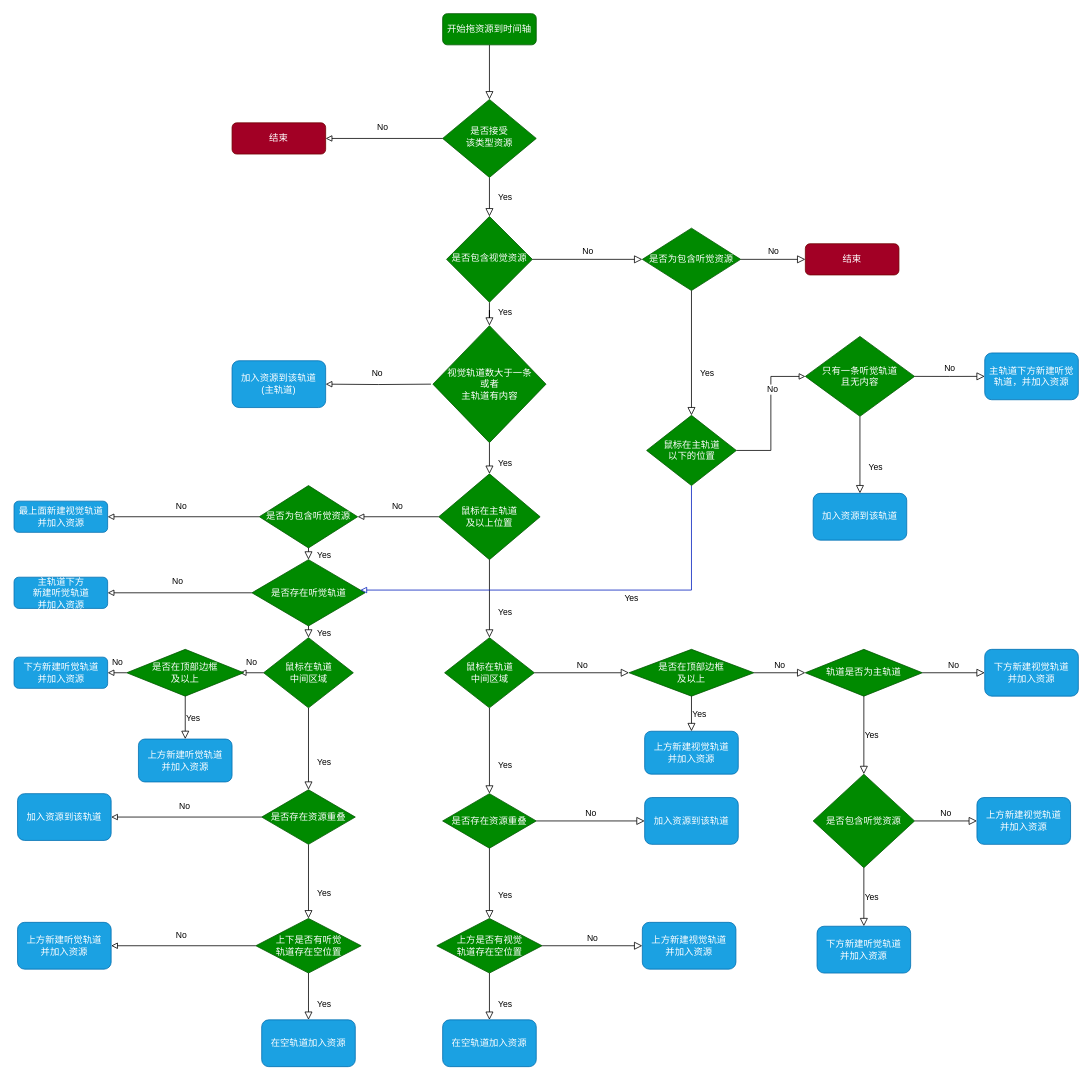
Above: page "Page-1" (1 of 3) of drag flow.drawio in macfanr/drawio (draw.io), before the change. Source tidied: cells renumbered, new cells numbered last; positions are measured from the earlier drawing's top-left corner, leaving out a move shared by most shapes. Both pictures are drawn from the tidied source at 78%, with x=0, y=0 at pixel (14, 13).
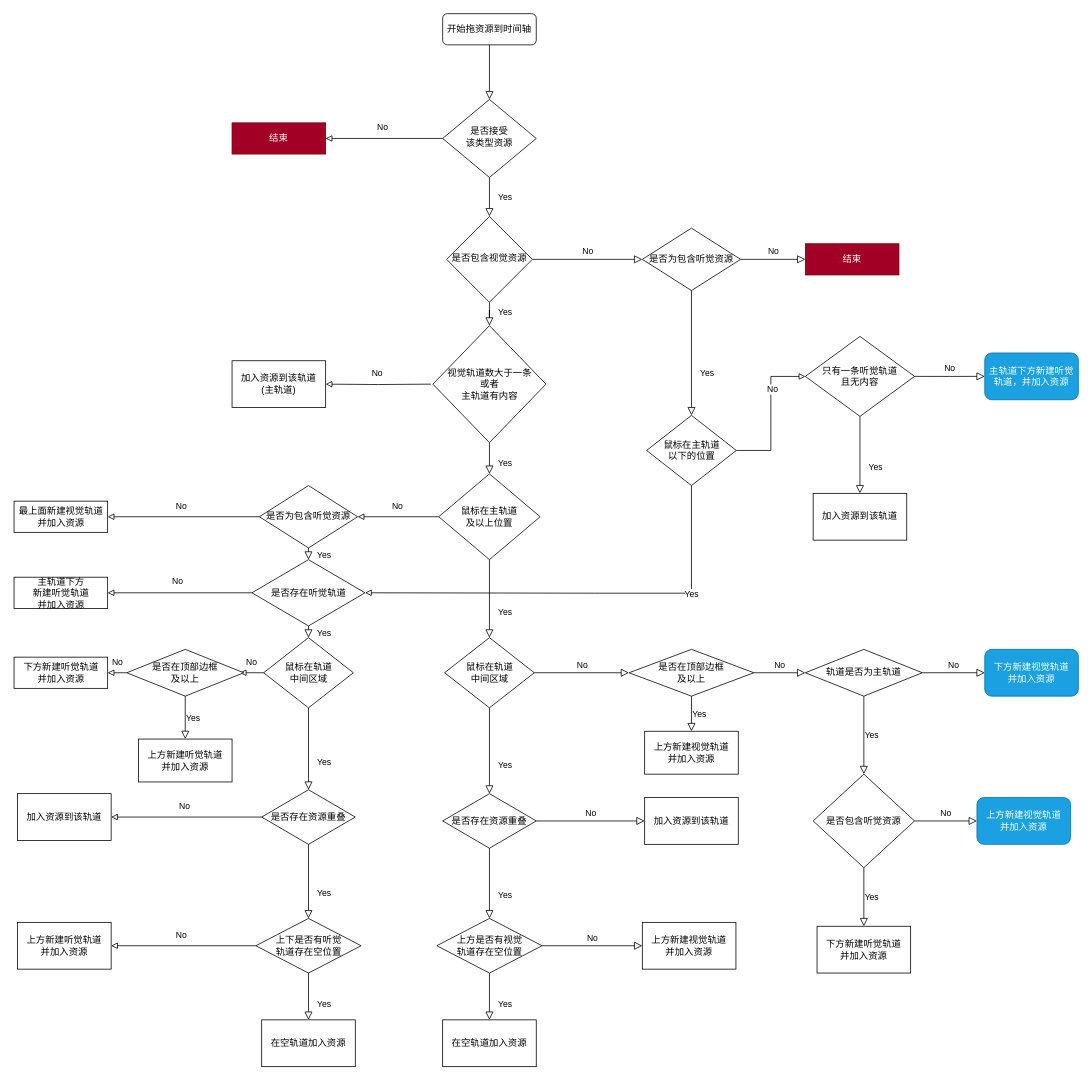
The same diagram, later.

The edit, as a diff of the source:
```diff
@@
-    <mxCell id="3" value="开始拖资源到时间轴" style="rounded=1;whiteSpace=wrap;html=1;fontSize=12;glass=0;strokeWidth=1;shadow=0;fillColor=#008a00;strokeColor=#005700;fontColor=#ffffff;" parent="1" vertex="1">
+    <mxCell id="3" value="开始拖资源到时间轴" style="rounded=1;whiteSpace=wrap;html=1;fontSize=12;glass=0;strokeWidth=1;shadow=0;" parent="1" vertex="1">
       <mxGeometry x="549" width="120" height="40" as="geometry" />
     </mxCell>
@@
-    <mxCell id="5" value="是否接受&lt;br&gt;该类型资源" style="rhombus;whiteSpace=wrap;html=1;shadow=0;fontFamily=Helvetica;fontSize=12;align=center;strokeWidth=1;spacing=6;spacingTop=-4;fillColor=#008a00;fontColor=#ffffff;strokeColor=#005700;" parent="1" vertex="1">
+    <mxCell id="5" value="是否接受&lt;br&gt;该类型资源" style="rhombus;whiteSpace=wrap;html=1;shadow=0;fontFamily=Helvetica;fontSize=12;align=center;strokeWidth=1;spacing=6;spacingTop=-4;" parent="1" vertex="1">
       <mxGeometry x="549" y="110" width="120" height="100" as="geometry" />
     </mxCell>
@@
-    <mxCell id="7" value="是否包含视觉资源" style="rhombus;whiteSpace=wrap;html=1;shadow=0;fontFamily=Helvetica;fontSize=12;align=center;strokeWidth=1;spacing=6;spacingTop=-4;fillColor=#008a00;fontColor=#ffffff;strokeColor=#005700;" parent="1" vertex="1">
+    <mxCell id="7" value="是否包含视觉资源" style="rhombus;whiteSpace=wrap;html=1;shadow=0;fontFamily=Helvetica;fontSize=12;align=center;strokeWidth=1;spacing=6;spacingTop=-4;" parent="1" vertex="1">
       <mxGeometry x="554" y="260" width="110" height="110" as="geometry" />
     </mxCell>
@@
-    <mxCell id="10" value="鼠标在主轨道&lt;br&gt;及以上位置" style="rhombus;whiteSpace=wrap;html=1;rounded=0;fillColor=#008a00;fontColor=#ffffff;strokeColor=#005700;" parent="1" vertex="1">
+    <mxCell id="10" value="鼠标在主轨道&lt;br&gt;及以上位置" style="rhombus;whiteSpace=wrap;html=1;rounded=0;" parent="1" vertex="1">
       <mxGeometry x="544" y="590" width="130" height="110" as="geometry" />
     </mxCell>
-    <mxCell id="11" value="鼠标在轨道&lt;br&gt;中间区域" style="rhombus;whiteSpace=wrap;html=1;rounded=0;fillColor=#008a00;fontColor=#ffffff;strokeColor=#005700;" parent="1" vertex="1">
+    <mxCell id="11" value="鼠标在轨道&lt;br&gt;中间区域" style="rhombus;whiteSpace=wrap;html=1;rounded=0;" parent="1" vertex="1">
       <mxGeometry x="551.5" y="800" width="115" height="90" as="geometry" />
     </mxCell>
@@
-    <mxCell id="14" value="是否存在资源重叠" style="rhombus;whiteSpace=wrap;html=1;rounded=0;fillColor=#008a00;fontColor=#ffffff;strokeColor=#005700;" parent="1" vertex="1">
+    <mxCell id="14" value="是否存在资源重叠" style="rhombus;whiteSpace=wrap;html=1;rounded=0;" parent="1" vertex="1">
       <mxGeometry x="549" y="1000" width="120" height="70" as="geometry" />
     </mxCell>
@@
-    <mxCell id="16" value="在空轨道加入资源" style="whiteSpace=wrap;html=1;rounded=1;glass=0;strokeWidth=1;shadow=0;fillColor=#1ba1e2;fontColor=#ffffff;strokeColor=#006EAF;" parent="1" vertex="1">
+    <mxCell id="16" value="在空轨道加入资源" style="whiteSpace=wrap;html=1;rounded=0;glass=0;strokeWidth=1;shadow=0;" parent="1" vertex="1">
       <mxGeometry x="549" y="1290" width="120" height="60" as="geometry" />
     </mxCell>
-    <mxCell id="17" value="是否在顶部边框&lt;br&gt;及以上" style="rhombus;whiteSpace=wrap;html=1;rounded=0;fillColor=#008a00;fontColor=#ffffff;strokeColor=#005700;" parent="1" vertex="1">
+    <mxCell id="17" value="是否在顶部边框&lt;br&gt;及以上" style="rhombus;whiteSpace=wrap;html=1;rounded=0;" parent="1" vertex="1">
       <mxGeometry x="788" y="815" width="160" height="60" as="geometry" />
     </mxCell>
@@
-    <mxCell id="19" value="上方新建视觉轨道&lt;br&gt;并加入资源" style="whiteSpace=wrap;html=1;rounded=1;glass=0;strokeWidth=1;shadow=0;fillColor=#1ba1e2;fontColor=#ffffff;strokeColor=#006EAF;" parent="1" vertex="1">
+    <mxCell id="19" value="上方新建视觉轨道&lt;br&gt;并加入资源" style="whiteSpace=wrap;html=1;rounded=0;glass=0;strokeWidth=1;shadow=0;" parent="1" vertex="1">
       <mxGeometry x="808" y="920" width="120" height="55" as="geometry" />
     </mxCell>
@@
-    <mxCell id="22" value="轨道是否为主轨道" style="rhombus;whiteSpace=wrap;html=1;rounded=0;fillColor=#008a00;fontColor=#ffffff;strokeColor=#005700;" parent="1" vertex="1">
+    <mxCell id="22" value="轨道是否为主轨道" style="rhombus;whiteSpace=wrap;html=1;rounded=0;" parent="1" vertex="1">
       <mxGeometry x="1014" y="815" width="150" height="60" as="geometry" />
     </mxCell>
@@
-    <mxCell id="26" value="视觉轨道数大于一条&lt;br&gt;或者&lt;br&gt;主轨道有内容" style="rhombus;whiteSpace=wrap;html=1;rounded=0;fillColor=#008a00;fontColor=#ffffff;strokeColor=#005700;" parent="1" vertex="1">
+    <mxCell id="26" value="视觉轨道数大于一条&lt;br&gt;或者&lt;br&gt;主轨道有内容" style="rhombus;whiteSpace=wrap;html=1;rounded=0;" parent="1" vertex="1">
       <mxGeometry x="536.5" y="400" width="145" height="150" as="geometry" />
     </mxCell>
@@
-    <mxCell id="28" value="是否为包含听觉资源" style="rhombus;whiteSpace=wrap;html=1;fillColor=#008a00;strokeColor=#005700;fontColor=#ffffff;" parent="1" vertex="1">
+    <mxCell id="28" value="是否为包含听觉资源" style="rhombus;whiteSpace=wrap;html=1;" parent="1" vertex="1">
       <mxGeometry x="314" y="605" width="126" height="80" as="geometry" />
     </mxCell>
-    <mxCell id="29" value="加入资源到该轨道" style="whiteSpace=wrap;html=1;rounded=1;glass=0;strokeWidth=1;shadow=0;fillColor=#1ba1e2;fontColor=#ffffff;strokeColor=#006EAF;" parent="1" vertex="1">
+    <mxCell id="29" value="加入资源到该轨道" style="whiteSpace=wrap;html=1;rounded=0;glass=0;strokeWidth=1;shadow=0;" parent="1" vertex="1">
       <mxGeometry x="808" y="1005" width="120" height="60" as="geometry" />
     </mxCell>
@@
-    <mxCell id="32" value="是否存在听觉轨道" style="rhombus;whiteSpace=wrap;html=1;fillColor=#008a00;strokeColor=#005700;fontColor=#ffffff;" parent="1" vertex="1">
+    <mxCell id="32" value="是否存在听觉轨道" style="rhombus;whiteSpace=wrap;html=1;" parent="1" vertex="1">
       <mxGeometry x="304.5" y="700" width="145" height="85" as="geometry" />
     </mxCell>
@@
-    <mxCell id="35" value="最上面新建视觉轨道&lt;br&gt;并加入资源" style="rounded=1;whiteSpace=wrap;html=1;fontSize=12;glass=0;strokeWidth=1;shadow=0;fillColor=#1ba1e2;fontColor=#ffffff;strokeColor=#006EAF;" parent="1" vertex="1">
+    <mxCell id="35" value="最上面新建视觉轨道&lt;br&gt;并加入资源" style="rounded=0;whiteSpace=wrap;html=1;fontSize=12;glass=0;strokeWidth=1;shadow=0;" parent="1" vertex="1">
       <mxGeometry x="-0.5" y="625" width="120" height="40" as="geometry" />
     </mxCell>
@@
-    <mxCell id="37" value="是否包含听觉资源" style="rhombus;whiteSpace=wrap;html=1;fillColor=#008a00;fontColor=#ffffff;strokeColor=#005700;" parent="1" vertex="1">
+    <mxCell id="37" value="是否包含听觉资源" style="rhombus;whiteSpace=wrap;html=1;" parent="1" vertex="1">
       <mxGeometry x="1024" y="975" width="130" height="120" as="geometry" />
     </mxCell>
@@
-    <mxCell id="40" value="下方新建听觉轨道&lt;br&gt;并加入资源" style="whiteSpace=wrap;html=1;rounded=1;glass=0;strokeWidth=1;shadow=0;fillColor=#1ba1e2;fontColor=#ffffff;strokeColor=#006EAF;" parent="1" vertex="1">
+    <mxCell id="40" value="下方新建听觉轨道&lt;br&gt;并加入资源" style="whiteSpace=wrap;html=1;rounded=0;glass=0;strokeWidth=1;shadow=0;" parent="1" vertex="1">
       <mxGeometry x="1029" y="1170" width="120" height="60" as="geometry" />
     </mxCell>
@@
-    <mxCell id="43" value="主轨道下方&lt;br&gt;新建听觉轨道&lt;br&gt;并加入资源" style="rounded=1;whiteSpace=wrap;html=1;fontSize=12;glass=0;strokeWidth=1;shadow=0;fillColor=#1ba1e2;fontColor=#ffffff;strokeColor=#006EAF;" parent="1" vertex="1">
+    <mxCell id="43" value="主轨道下方&lt;br&gt;新建听觉轨道&lt;br&gt;并加入资源" style="rounded=0;whiteSpace=wrap;html=1;fontSize=12;glass=0;strokeWidth=1;shadow=0;" parent="1" vertex="1">
       <mxGeometry x="-0.5" y="722.5" width="120" height="40" as="geometry" />
     </mxCell>
@@
-    <mxCell id="45" value="鼠标在轨道&lt;br&gt;中间区域" style="rhombus;whiteSpace=wrap;html=1;fillColor=#008a00;strokeColor=#005700;fontColor=#ffffff;" parent="1" vertex="1">
+    <mxCell id="45" value="鼠标在轨道&lt;br&gt;中间区域" style="rhombus;whiteSpace=wrap;html=1;" parent="1" vertex="1">
       <mxGeometry x="319.5" y="800" width="115" height="90" as="geometry" />
     </mxCell>
-    <mxCell id="46" value="上方新建听觉轨道&lt;br&gt;并加入资源" style="whiteSpace=wrap;html=1;rounded=1;glass=0;strokeWidth=1;shadow=0;fillColor=#1ba1e2;fontColor=#ffffff;strokeColor=#006EAF;" parent="1" vertex="1">
+    <mxCell id="46" value="上方新建听觉轨道&lt;br&gt;并加入资源" style="whiteSpace=wrap;html=1;rounded=0;glass=0;strokeWidth=1;shadow=0;" parent="1" vertex="1">
       <mxGeometry x="4" y="1165" width="120" height="60" as="geometry" />
     </mxCell>
@@
-    <mxCell id="48" value="是否存在资源重叠" style="rhombus;whiteSpace=wrap;html=1;rounded=0;fillColor=#008a00;fontColor=#ffffff;strokeColor=#005700;" parent="1" vertex="1">
+    <mxCell id="48" value="是否存在资源重叠" style="rhombus;whiteSpace=wrap;html=1;rounded=0;" parent="1" vertex="1">
       <mxGeometry x="317" y="995" width="120" height="70" as="geometry" />
     </mxCell>
@@
-    <mxCell id="50" value="加入资源到该轨道" style="whiteSpace=wrap;html=1;rounded=1;glass=0;strokeWidth=1;shadow=0;fillColor=#1ba1e2;fontColor=#ffffff;strokeColor=#006EAF;" parent="1" vertex="1">
+    <mxCell id="50" value="加入资源到该轨道" style="whiteSpace=wrap;html=1;rounded=0;glass=0;strokeWidth=1;shadow=0;" parent="1" vertex="1">
       <mxGeometry x="4" y="1000" width="120" height="60" as="geometry" />
     </mxCell>
@@
-    <mxCell id="55" value="是否在顶部边框&lt;br&gt;及以上" style="rhombus;whiteSpace=wrap;html=1;rounded=0;fillColor=#008a00;fontColor=#ffffff;strokeColor=#005700;" parent="1" vertex="1">
+    <mxCell id="55" value="是否在顶部边框&lt;br&gt;及以上" style="rhombus;whiteSpace=wrap;html=1;rounded=0;" parent="1" vertex="1">
       <mxGeometry x="144" y="815" width="150" height="60" as="geometry" />
     </mxCell>
-    <mxCell id="56" value="上方新建听觉轨道&lt;br&gt;并加入资源" style="whiteSpace=wrap;html=1;rounded=1;glass=0;strokeWidth=1;shadow=0;fillColor=#1ba1e2;fontColor=#ffffff;strokeColor=#006EAF;" parent="1" vertex="1">
+    <mxCell id="56" value="上方新建听觉轨道&lt;br&gt;并加入资源" style="whiteSpace=wrap;html=1;rounded=0;glass=0;strokeWidth=1;shadow=0;" parent="1" vertex="1">
       <mxGeometry x="159" y="930" width="120" height="55" as="geometry" />
     </mxCell>
@@
-    <mxCell id="60" value="下方新建听觉轨道&lt;br&gt;并加入资源" style="rounded=1;whiteSpace=wrap;html=1;fontSize=12;glass=0;strokeWidth=1;shadow=0;fillColor=#1ba1e2;fontColor=#ffffff;strokeColor=#006EAF;" parent="1" vertex="1">
+    <mxCell id="60" value="下方新建听觉轨道&lt;br&gt;并加入资源" style="rounded=0;whiteSpace=wrap;html=1;fontSize=12;glass=0;strokeWidth=1;shadow=0;" parent="1" vertex="1">
       <mxGeometry x="-0.5" y="825" width="120" height="40" as="geometry" />
     </mxCell>
-    <mxCell id="61" value="是否为包含听觉资源" style="rhombus;whiteSpace=wrap;html=1;fillColor=#008a00;strokeColor=#005700;fontColor=#ffffff;" parent="1" vertex="1">
+    <mxCell id="61" value="是否为包含听觉资源" style="rhombus;whiteSpace=wrap;html=1;" parent="1" vertex="1">
       <mxGeometry x="805" y="275" width="126" height="80" as="geometry" />
     </mxCell>
@@
-    <mxCell id="63" value="结束" style="rounded=1;whiteSpace=wrap;html=1;fontSize=12;glass=0;strokeWidth=1;shadow=0;fillColor=#a20025;fontColor=#ffffff;strokeColor=#6F0000;" parent="1" vertex="1">
+    <mxCell id="63" value="结束" style="rounded=0;whiteSpace=wrap;html=1;fontSize=12;glass=0;strokeWidth=1;shadow=0;fillColor=#a20025;fontColor=#ffffff;strokeColor=#6F0000;" parent="1" vertex="1">
       <mxGeometry x="1014" y="295" width="120" height="40" as="geometry" />
     </mxCell>
@@
-    <mxCell id="68" style="edgeStyle=orthogonalEdgeStyle;rounded=0;jettySize=auto;html=1;endArrow=block;endFill=0;fillColor=#0050ef;strokeColor=#001DBC;exitX=0.5;exitY=1;exitDx=0;exitDy=0;" parent="1" edge="1" source="70" target="32">
+    <mxCell id="68" style="edgeStyle=orthogonalEdgeStyle;rounded=0;jettySize=auto;html=1;entryX=1;entryY=0.5;entryDx=0;entryDy=0;endArrow=block;endFill=0;" parent="1" edge="1" source="70" target="32">
       <mxGeometry relative="1" as="geometry">
         <Array as="points">
-          <mxPoint x="868" y="739" />
+          <mxPoint x="868" y="743" />
+          <mxPoint x="744" y="743" />
         </Array>
       </mxGeometry>
     </mxCell>
     <mxCell id="69" value="Yes" style="edgeLabel;html=1;align=center;verticalAlign=middle;" parent="68" vertex="1">
-      <mxGeometry x="-0.19" y="2" relative="1" as="geometry">
-        <mxPoint x="14" y="7" as="offset" />
-      </mxGeometry>
+      <mxGeometry x="-0.5" relative="1" as="geometry" />
     </mxCell>
-    <mxCell id="70" value="鼠标在主轨道&lt;br&gt;以下的位置" style="rhombus;whiteSpace=wrap;html=1;rounded=0;fillColor=#008a00;fontColor=#ffffff;strokeColor=#005700;" parent="1" vertex="1">
+    <mxCell id="70" value="鼠标在主轨道&lt;br&gt;以下的位置" style="rhombus;whiteSpace=wrap;html=1;rounded=0;" parent="1" vertex="1">
       <mxGeometry x="810.5" y="515" width="115" height="90" as="geometry" />
     </mxCell>
-    <mxCell id="71" value="结束" style="rounded=1;whiteSpace=wrap;html=1;fontSize=12;glass=0;strokeWidth=1;shadow=0;fillColor=#a20025;fontColor=#ffffff;strokeColor=#6F0000;" parent="1" vertex="1">
+    <mxCell id="71" value="结束" style="rounded=0;whiteSpace=wrap;html=1;fontSize=12;glass=0;strokeWidth=1;shadow=0;fillColor=#a20025;fontColor=#ffffff;strokeColor=#6F0000;" parent="1" vertex="1">
       <mxGeometry x="279" y="140" width="120" height="40" as="geometry" />
     </mxCell>
@@
-    <mxCell id="74" value="加入资源到该轨道&lt;br&gt;(主轨道)" style="rounded=1;whiteSpace=wrap;html=1;fillColor=#1ba1e2;fontColor=#ffffff;strokeColor=#006EAF;" parent="1" vertex="1">
+    <mxCell id="74" value="加入资源到该轨道&lt;br&gt;(主轨道)" style="rounded=0;whiteSpace=wrap;html=1;" parent="1" vertex="1">
       <mxGeometry x="279" y="445" width="120" height="60" as="geometry" />
     </mxCell>
@@
-    <mxCell id="77" value="只有一条听觉轨道&lt;br&gt;且无内容" style="rhombus;whiteSpace=wrap;html=1;fillColor=#008a00;strokeColor=#005700;fontColor=#ffffff;rounded=0;" parent="1" vertex="1">
+    <mxCell id="77" value="只有一条听觉轨道&lt;br&gt;且无内容" style="rhombus;whiteSpace=wrap;html=1;rounded=0;" parent="1" vertex="1">
       <mxGeometry x="1014" y="413.8" width="140" height="102.5" as="geometry" />
     </mxCell>
-    <mxCell id="78" value="加入资源到该轨道" style="whiteSpace=wrap;html=1;rounded=1;fillColor=#1ba1e2;fontColor=#ffffff;strokeColor=#006EAF;" parent="1" vertex="1">
+    <mxCell id="78" value="加入资源到该轨道" style="whiteSpace=wrap;html=1;rounded=0;" parent="1" vertex="1">
       <mxGeometry x="1024" y="615" width="120" height="60" as="geometry" />
     </mxCell>
@@
-    <mxCell id="82" value="上方是否有视觉&lt;br&gt;轨道存在空位置" style="rhombus;whiteSpace=wrap;html=1;rounded=0;fillColor=#008a00;fontColor=#ffffff;strokeColor=#005700;" parent="1" vertex="1">
+    <mxCell id="82" value="上方是否有视觉&lt;br&gt;轨道存在空位置" style="rhombus;whiteSpace=wrap;html=1;rounded=0;" parent="1" vertex="1">
       <mxGeometry x="541.5" y="1160" width="135" height="70" as="geometry" />
     </mxCell>
@@
-    <mxCell id="85" value="上方新建视觉轨道&lt;br&gt;并加入资源" style="whiteSpace=wrap;html=1;rounded=1;glass=0;strokeWidth=1;shadow=0;fillColor=#1ba1e2;fontColor=#ffffff;strokeColor=#006EAF;" parent="1" vertex="1">
+    <mxCell id="85" value="上方新建视觉轨道&lt;br&gt;并加入资源" style="whiteSpace=wrap;html=1;rounded=0;glass=0;strokeWidth=1;shadow=0;" parent="1" vertex="1">
       <mxGeometry x="805" y="1165" width="120" height="60" as="geometry" />
     </mxCell>
-    <mxCell id="86" value="上下是否有听觉&lt;br&gt;轨道存在空位置" style="rhombus;whiteSpace=wrap;html=1;rounded=0;fillColor=#008a00;fontColor=#ffffff;strokeColor=#005700;" parent="1" vertex="1">
+    <mxCell id="86" value="上下是否有听觉&lt;br&gt;轨道存在空位置" style="rhombus;whiteSpace=wrap;html=1;rounded=0;" parent="1" vertex="1">
       <mxGeometry x="309.5" y="1160" width="135" height="70" as="geometry" />
     </mxCell>
@@
-    <mxCell id="89" value="在空轨道加入资源" style="whiteSpace=wrap;html=1;rounded=1;glass=0;strokeWidth=1;shadow=0;fillColor=#1ba1e2;fontColor=#ffffff;strokeColor=#006EAF;" parent="1" vertex="1">
+    <mxCell id="89" value="在空轨道加入资源" style="whiteSpace=wrap;html=1;rounded=0;glass=0;strokeWidth=1;shadow=0;" parent="1" vertex="1">
       <mxGeometry x="317" y="1290" width="120" height="60" as="geometry" />
     </mxCell>
```
